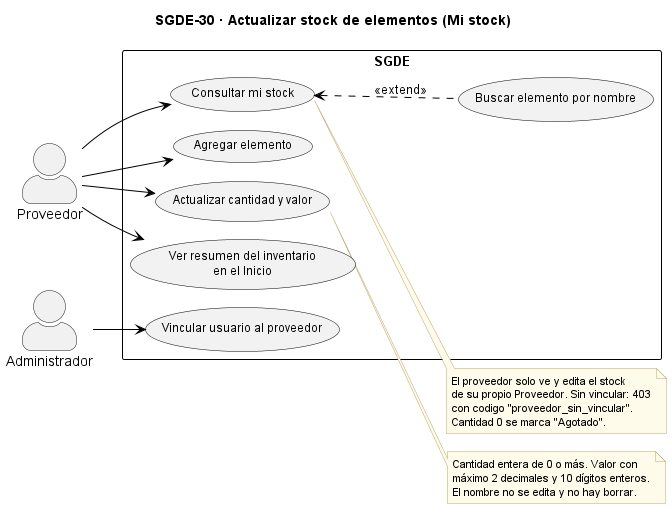
The PlantUML diagram docs/casos_uso_sgde/SGDE-30_Actualizar_stock.png in AndreCamx2/Gestion-De-Eventos, before a commit. Source of this version:
```plantuml
@startuml SGDE-30_Actualizar_stock
!pragma layout smetana
left to right direction
skinparam backgroundColor white
skinparam usecase {
  BackgroundColor #F2F2F2
  BorderColor black
  FontSize 12
}
skinparam rectangle {
  BorderColor black
  FontSize 13
  FontStyle bold
}
skinparam note {
  BackgroundColor #FFFBEA
  BorderColor #B8A86B
  FontSize 11
}
skinparam ArrowColor black
skinparam actorStyle awesome
title SGDE-30 · Actualizar stock de elementos (Mi stock)

actor "Proveedor" as PR
actor "Administrador" as AD

rectangle "SGDE" {
  usecase "Consultar mi stock" as UC1
  usecase "Agregar elemento" as UC2
  usecase "Actualizar cantidad y valor" as UC3
  usecase "Vincular usuario al proveedor" as UC4
  usecase "Buscar elemento por nombre" as UC5
  usecase "Ver resumen del inventario\nen el Inicio" as UC6
}

PR --> UC1
PR --> UC2
PR --> UC3
PR --> UC6
AD --> UC4
UC1 <.. UC5 : <<extend>>

note right of UC1
  El proveedor solo ve y edita el stock
  de su propio Proveedor. Sin vincular: 403
  con codigo "proveedor_sin_vincular".
  Cantidad 0 se marca "Agotado".
end note

note right of UC3
  Cantidad entera de 0 o más. Valor con
  máximo 2 decimales y 10 dígitos enteros.
  El nombre no se edita y no hay borrar.
end note
@enduml
```
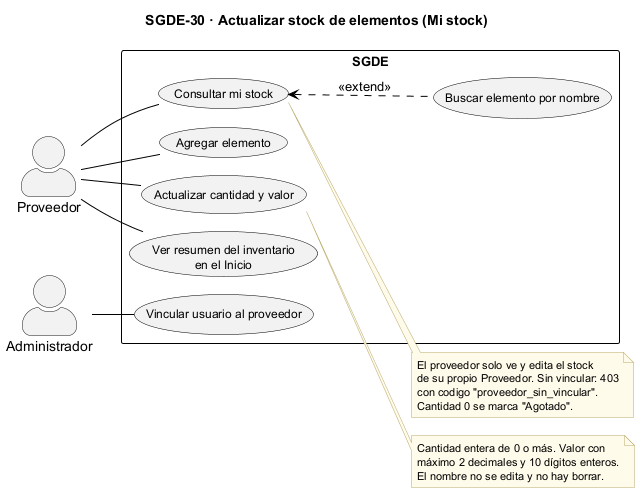
After the commit.

Diff of the diagram source:
```diff
@@ -33,11 +33,11 @@
   usecase "Ver resumen del inventario\nen el Inicio" as UC6
 }
 
-PR --> UC1
-PR --> UC2
-PR --> UC3
-PR --> UC6
-AD --> UC4
+PR -- UC1
+PR -- UC2
+PR -- UC3
+PR -- UC6
+AD -- UC4
 UC1 <.. UC5 : <<extend>>
 
 note right of UC1
```
